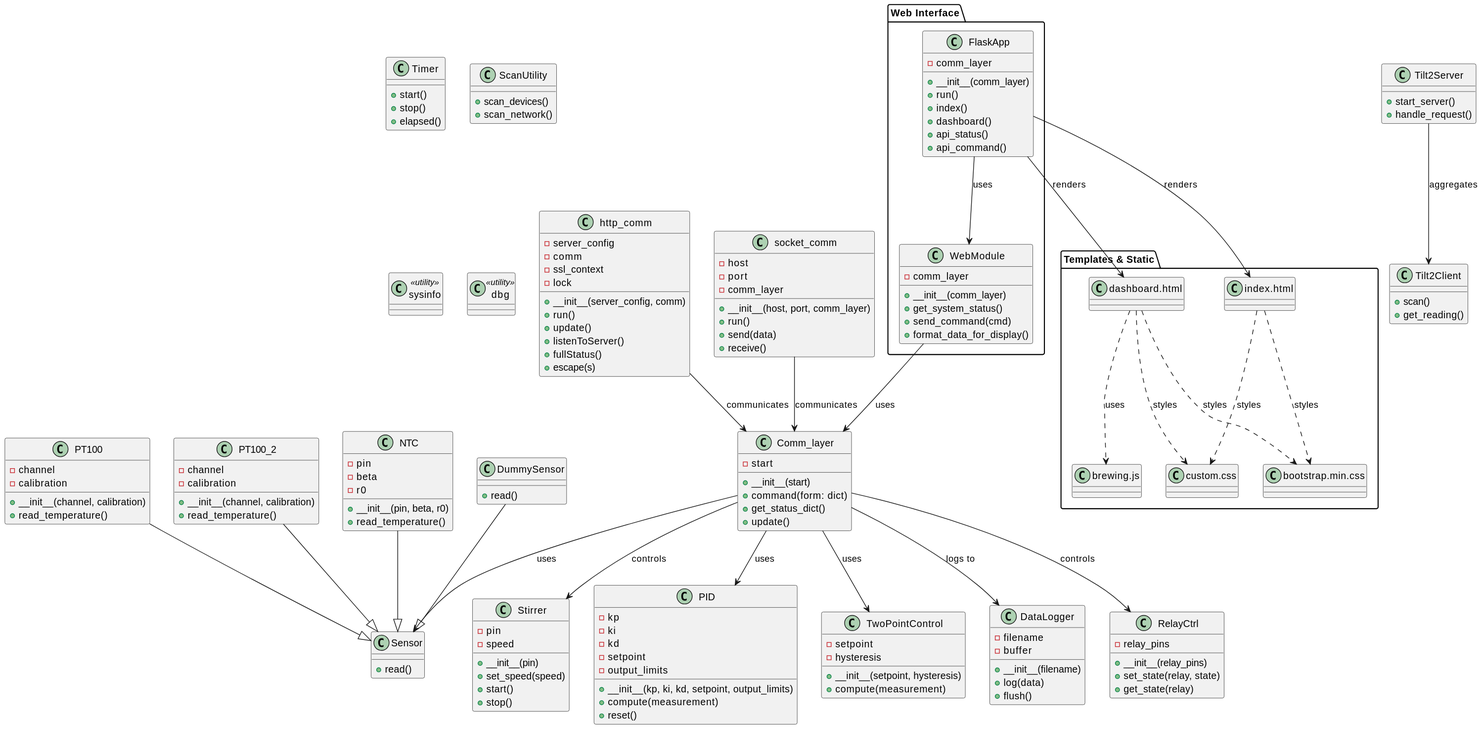
This is docs/brewing_control_system_uml.svg from l-brew/raspberry, a PlantUML export, as it was before one commit.
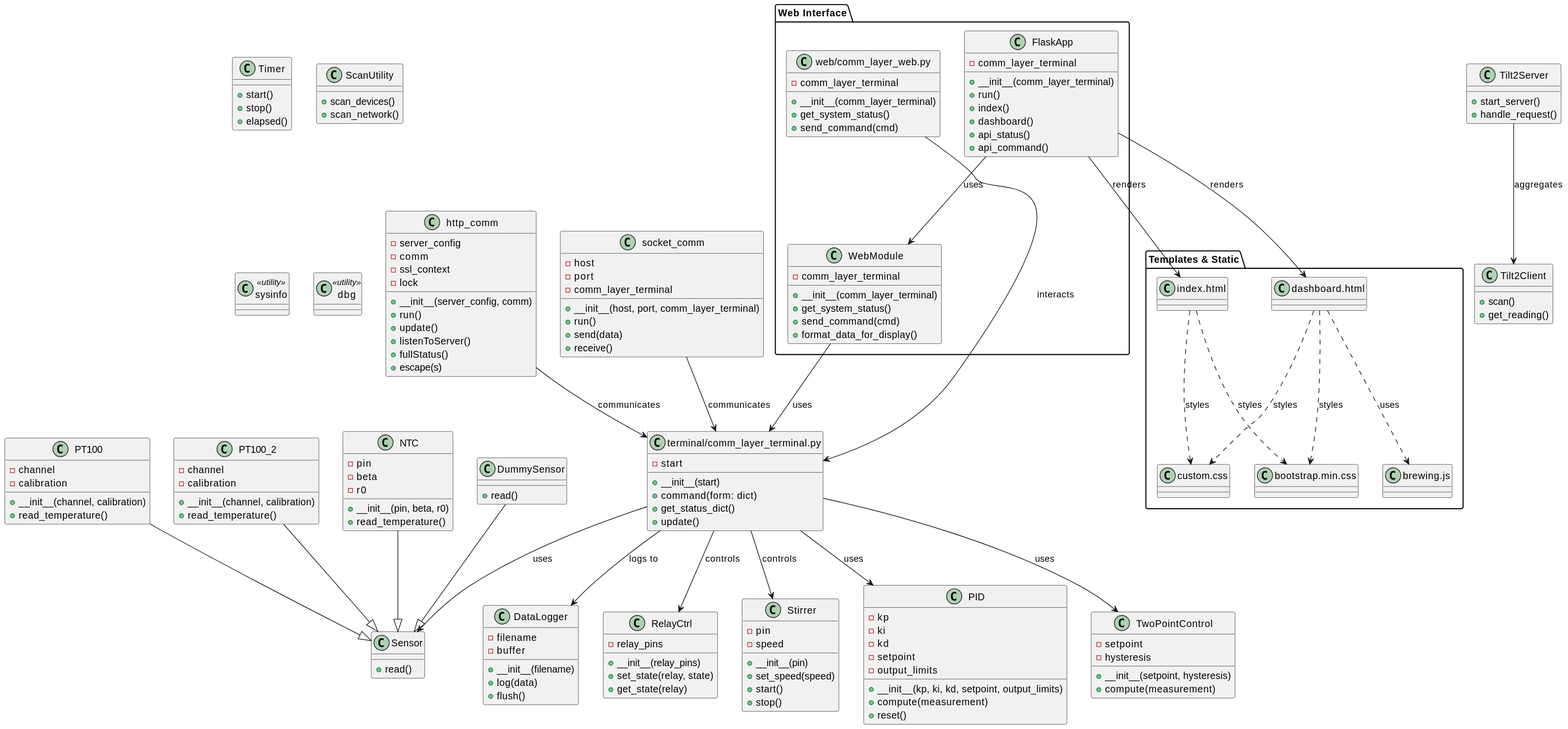
Later version of the same file.

What changed in the source:
```diff
@@ -1,5 +1,5 @@
 @startuml
-class Comm_layer {
+class "terminal/comm_layer_terminal.py" as CommLayerTerminal {
     - start
     + __init__(start)
     + command(form: dict)
@@ -21,8 +21,8 @@
 class socket_comm {
     - host
     - port
-    - comm_layer
-    + __init__(host, port, comm_layer)
+    - comm_layer_terminal
+    + __init__(host, port, comm_layer_terminal)
     + run()
     + send(data)
     + receive()
@@ -30,8 +30,8 @@
 
 package "Web Interface" {
     class FlaskApp {
-        - comm_layer
-        + __init__(comm_layer)
+        - comm_layer_terminal
+        + __init__(comm_layer_terminal)
         + run()
         + index()
         + dashboard()
@@ -39,11 +39,17 @@
         + api_command()
     }
     class WebModule {
-        - comm_layer
-        + __init__(comm_layer)
+        - comm_layer_terminal
+        + __init__(comm_layer_terminal)
         + get_system_status()
         + send_command(cmd)
         + format_data_for_display()
+    }
+    class "web/comm_layer_web.py" as CommLayerWeb {
+        - comm_layer_terminal
+        + __init__(comm_layer_terminal)
+        + get_system_status()
+        + send_command(cmd)
     }
 }
 
@@ -137,14 +143,14 @@
     + handle_request()
 }
 
-Comm_layer --> Sensor : uses
-Comm_layer --> RelayCtrl : controls
-Comm_layer --> Stirrer : controls
-Comm_layer --> PID : uses
-Comm_layer --> TwoPointControl : uses
-Comm_layer --> DataLogger : logs to
-http_comm --> Comm_layer : communicates
-socket_comm --> Comm_layer : communicates
+CommLayerTerminal --> Sensor : uses
+CommLayerTerminal --> RelayCtrl : controls
+CommLayerTerminal --> Stirrer : controls
+CommLayerTerminal --> PID : uses
+CommLayerTerminal --> TwoPointControl : uses
+CommLayerTerminal --> DataLogger : logs to
+http_comm --> CommLayerTerminal : communicates
+socket_comm --> CommLayerTerminal : communicates
 PT100 --|> Sensor
 PT100_2 --|> Sensor
 NTC --|> Sensor
@@ -152,7 +158,8 @@
 Tilt2Server --> Tilt2Client : aggregates
 
 FlaskApp --> WebModule : uses
-WebModule --> Comm_layer : uses
+WebModule --> CommLayerTerminal : uses
+CommLayerWeb --> CommLayerTerminal : interacts
 FlaskApp --> DashboardTemplate : renders
 FlaskApp --> IndexTemplate : renders
 DashboardTemplate ..> BootstrapCSS : styles
```
